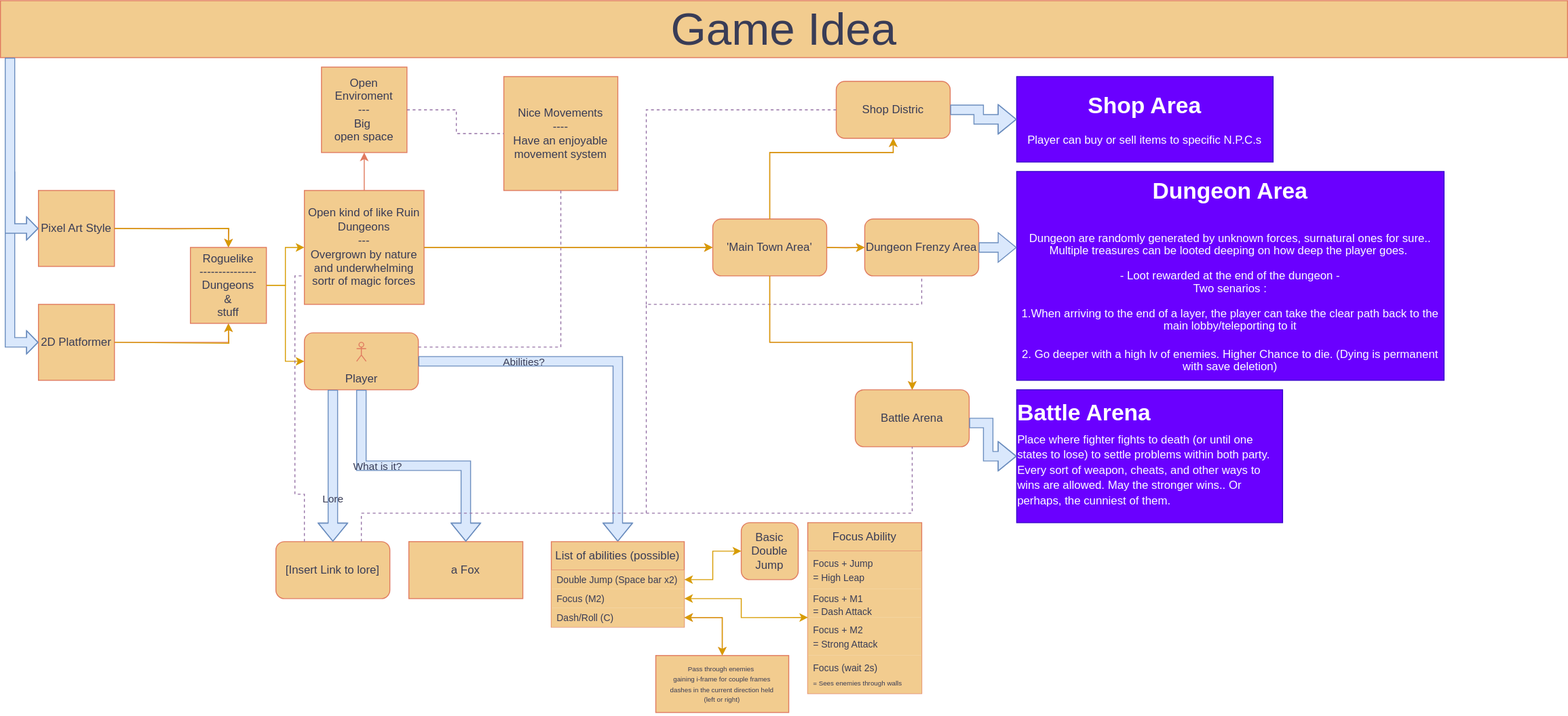
This is Plans/2DGamePlanning.drawio.svg from UnknownRedFoxDev/2D-Game, a draw.io export, as it was before one commit. Source tidied: cells renumbered, new cells last; positions are measured from the earlier drawing's top-left corner, leaving out a move shared by most shapes.
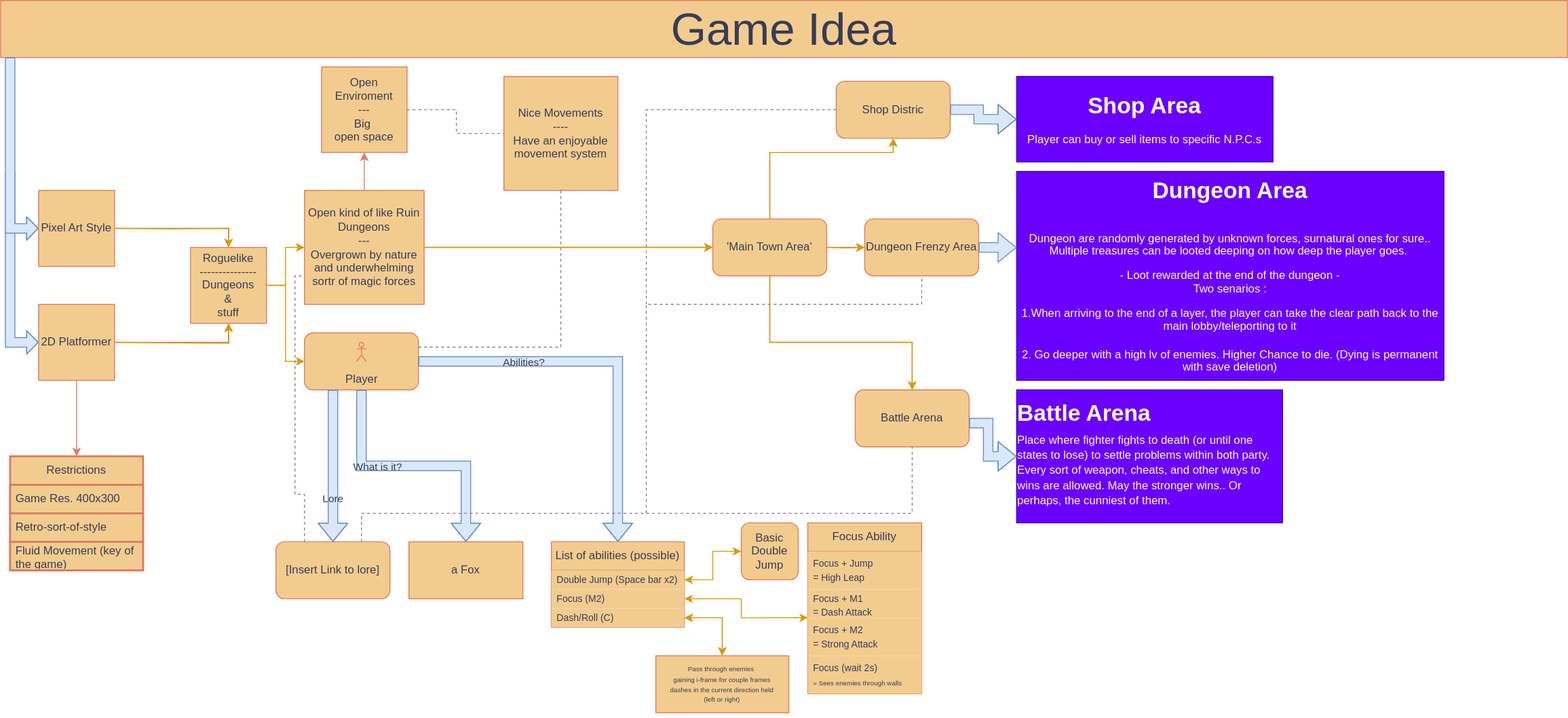
After the commit.

Change to the diagram source:
```diff
@@ -5,6 +5,11 @@
     <mxCell id="2" style="edgeStyle=orthogonalEdgeStyle;rounded=0;jettySize=auto;html=1;entryX=0.5;entryY=1;entryDx=0;entryDy=0;labelBackgroundColor=none;strokeColor=#E07A5F;fontColor=default;" parent="1" edge="1" source="3" target="9">
       <mxGeometry relative="1" as="geometry" />
     </mxCell>
+    <mxCell id="71" style="edgeStyle=orthogonalEdgeStyle;rounded=0;jettySize=auto;html=1;strokeColor=#E07A5F;fontColor=#393C56;fillColor=#F2CC8F;" parent="1" edge="1" source="3">
+      <mxGeometry relative="1" as="geometry">
+        <mxPoint x="80" y="480" as="targetPoint" />
+      </mxGeometry>
+    </mxCell>
     <mxCell id="3" value="2D Platformer" style="whiteSpace=wrap;html=1;labelBackgroundColor=none;fillColor=#F2CC8F;strokeColor=#E07A5F;fontColor=#393C56;" parent="1" vertex="1">
       <mxGeometry x="40" y="320" width="80" height="80" as="geometry" />
     </mxCell>
@@ -336,5 +341,17 @@
         </Array>
       </mxGeometry>
     </mxCell>
+    <mxCell id="72" value="Restrictions" style="swimlane;fontStyle=0;horizontal=1;startSize=30;whiteSpace=wrap;html=1;strokeColor=#E07A5F;fontColor=#393C56;fillColor=#F2CC8F;strokeWidth=2;perimeterSpacing=0;" parent="1" vertex="1">
+      <mxGeometry x="10" y="480" width="140" height="120" as="geometry" />
+    </mxCell>
+    <mxCell id="73" value="Game Res. 400x300" style="text;strokeColor=#E07A5F;fillColor=#F2CC8F;align=left;verticalAlign=middle;spacingLeft=4;spacingRight=4;overflow=hidden;whiteSpace=wrap;html=1;fontColor=#393C56;strokeWidth=2;" parent="72" vertex="1">
+      <mxGeometry y="30" width="140" height="30" as="geometry" />
+    </mxCell>
+    <mxCell id="74" value="Retro-sort-of-style" style="text;strokeColor=#E07A5F;fillColor=#F2CC8F;align=left;verticalAlign=middle;spacingLeft=4;spacingRight=4;overflow=hidden;whiteSpace=wrap;html=1;fontColor=#393C56;strokeWidth=2;" parent="72" vertex="1">
+      <mxGeometry y="60" width="140" height="30" as="geometry" />
+    </mxCell>
+    <mxCell id="75" value="Fluid Movement (key of the game)" style="text;strokeColor=#E07A5F;fillColor=#F2CC8F;align=left;verticalAlign=middle;spacingLeft=4;spacingRight=4;overflow=hidden;whiteSpace=wrap;html=1;fontColor=#393C56;strokeWidth=2;" parent="72" vertex="1">
+      <mxGeometry y="90" width="140" height="30" as="geometry" />
+    </mxCell>
   </root>
 </mxGraphModel>
```
